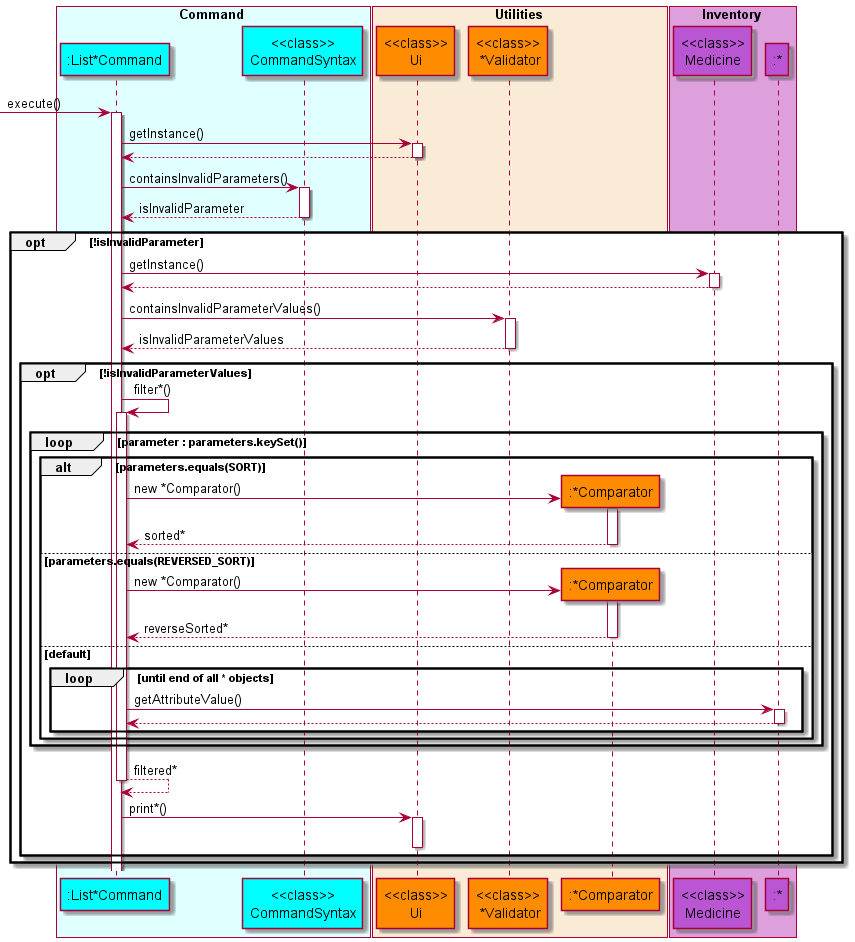
nus-cs2113-AY2122S1/tp keeps this PlantUML diagram as docs/diagrams/diagram_images/ListSequenceDiagram.png. Above is the earlier version.
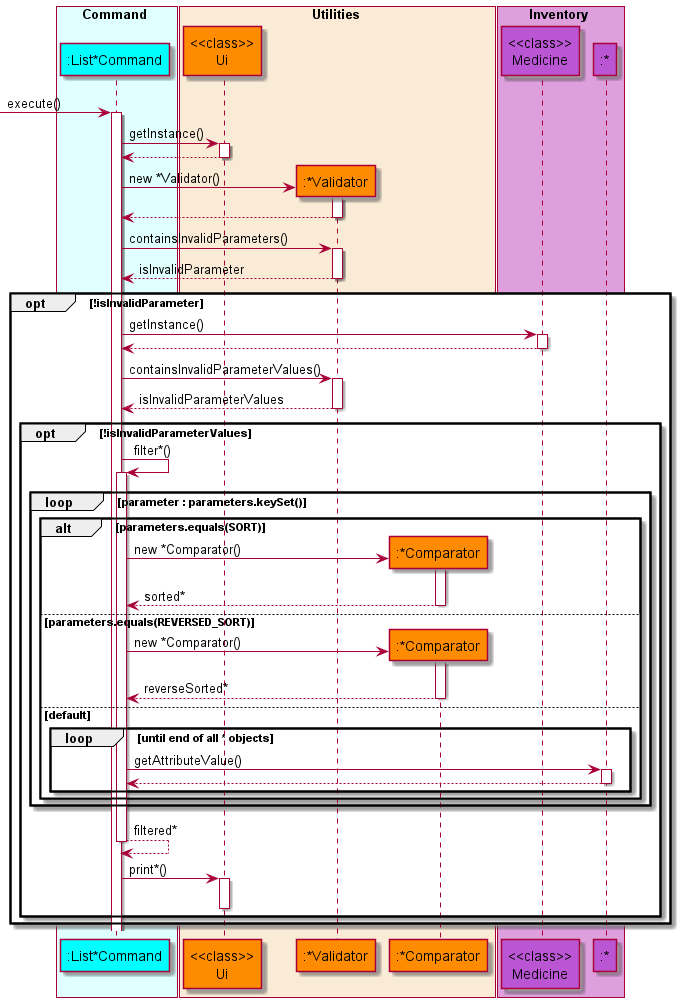
The same diagram one commit later.

Commit message:
Update sequence diagram

What changed in the source:
```diff
@@ -4,12 +4,11 @@
 
 box Command COLOR_COMMAND_BOX
     participant ":List*Command" as list COLOR_COMMAND
-    participant "<<class>>\nCommandSyntax" as commandSyntax COLOR_COMMAND
 end box
 
 box Utilities COLOR_UTILITIES_BOX
     participant "<<class>>\nUi" as ui COLOR_UTILITIES
-    participant "<<class>>\n *Validator" as validator COLOR_UTILITIES
+    participant ":*Validator" as validator COLOR_UTILITIES
     participant ":*Comparator" as comparator COLOR_UTILITIES
 end box
 
@@ -23,8 +22,12 @@
 -> list: execute()
 list -> ui : getInstance()
 list <-- ui
-list -> commandSyntax : containsInvalidParameters()
-list <-- commandSyntax : isInvalidParameter
+
+create validator
+list -> validator : new *Validator()
+list <-- validator
+list -> validator : containsInvalidParameters()
+list <-- validator : isInvalidParameter
 
 opt !isInvalidParameter
     list -> medicine : getInstance()
```
